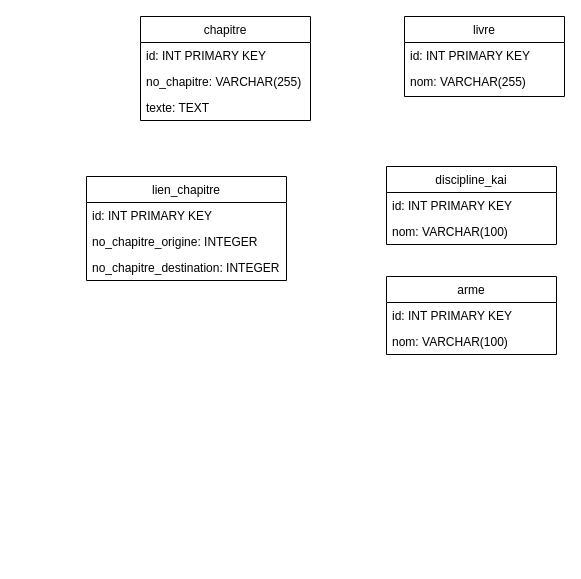
Before: diagramme_de_classes.drawio in 2135500-Garand-Cedric/LDVELH, a draw.io diagram. Source tidied: cells renumbered, new cells numbered last; positions are measured from the earlier drawing's top-left corner, leaving out a move shared by most shapes. Both pictures are drawn from the tidied source at 100%, with x=0, y=0 at pixel (86, 16).
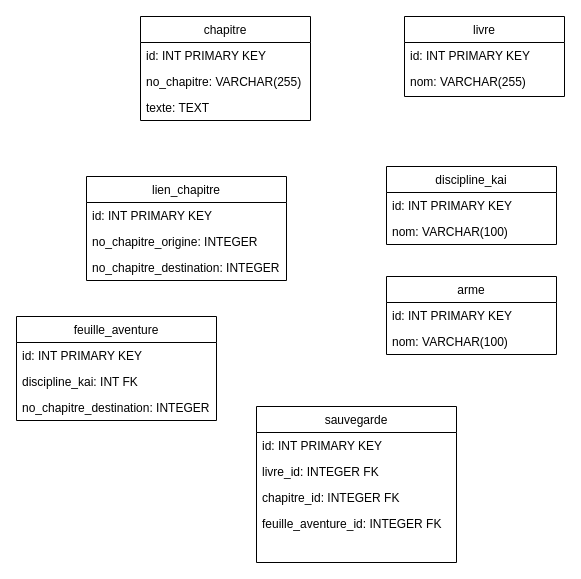
Above is the later version.

What changed in the source:
```diff
@@
+    <mxCell id="19" value="feuille_aventure" style="swimlane;fontStyle=0;align=center;verticalAlign=top;horizontal=1;startSize=26;rounded=0;shadow=0;strokeWidth=1;" parent="1" vertex="1">
+      <mxGeometry x="-70" y="300" width="200" height="104" as="geometry" />
+    </mxCell>
+    <mxCell id="20" value="id: INT PRIMARY KEY" style="text;align=left;verticalAlign=top;spacingLeft=4;spacingRight=4;overflow=hidden;" parent="19" vertex="1">
+      <mxGeometry y="26" width="200" height="26" as="geometry" />
+    </mxCell>
+    <mxCell id="21" value="discipline_kai: INT FK" style="text;align=left;verticalAlign=top;spacingLeft=4;spacingRight=4;overflow=hidden;" parent="19" vertex="1">
+      <mxGeometry y="52" width="200" height="26" as="geometry" />
+    </mxCell>
+    <mxCell id="22" value="no_chapitre_destination: INTEGER" style="text;align=left;verticalAlign=top;spacingLeft=4;spacingRight=4;overflow=hidden;" parent="19" vertex="1">
+      <mxGeometry y="78" width="200" height="26" as="geometry" />
+    </mxCell>
+    <mxCell id="23" value="sauvegarde" style="swimlane;fontStyle=0;align=center;verticalAlign=top;horizontal=1;startSize=26;rounded=0;shadow=0;strokeWidth=1;" parent="1" vertex="1">
+      <mxGeometry x="170" y="390" width="200" height="156" as="geometry" />
+    </mxCell>
+    <mxCell id="24" value="id: INT PRIMARY KEY" style="text;align=left;verticalAlign=top;spacingLeft=4;spacingRight=4;overflow=hidden;" parent="23" vertex="1">
+      <mxGeometry y="26" width="200" height="26" as="geometry" />
+    </mxCell>
+    <mxCell id="25" value="livre_id: INTEGER FK" style="text;align=left;verticalAlign=top;spacingLeft=4;spacingRight=4;overflow=hidden;" parent="23" vertex="1">
+      <mxGeometry y="52" width="200" height="26" as="geometry" />
+    </mxCell>
+    <mxCell id="26" value="chapitre_id: INTEGER FK" style="text;align=left;verticalAlign=top;spacingLeft=4;spacingRight=4;overflow=hidden;" parent="23" vertex="1">
+      <mxGeometry y="78" width="200" height="26" as="geometry" />
+    </mxCell>
+    <mxCell id="27" value="feuille_aventure_id: INTEGER FK" style="text;align=left;verticalAlign=top;spacingLeft=4;spacingRight=4;overflow=hidden;" parent="23" vertex="1">
+      <mxGeometry y="104" width="200" height="26" as="geometry" />
+    </mxCell>
```
